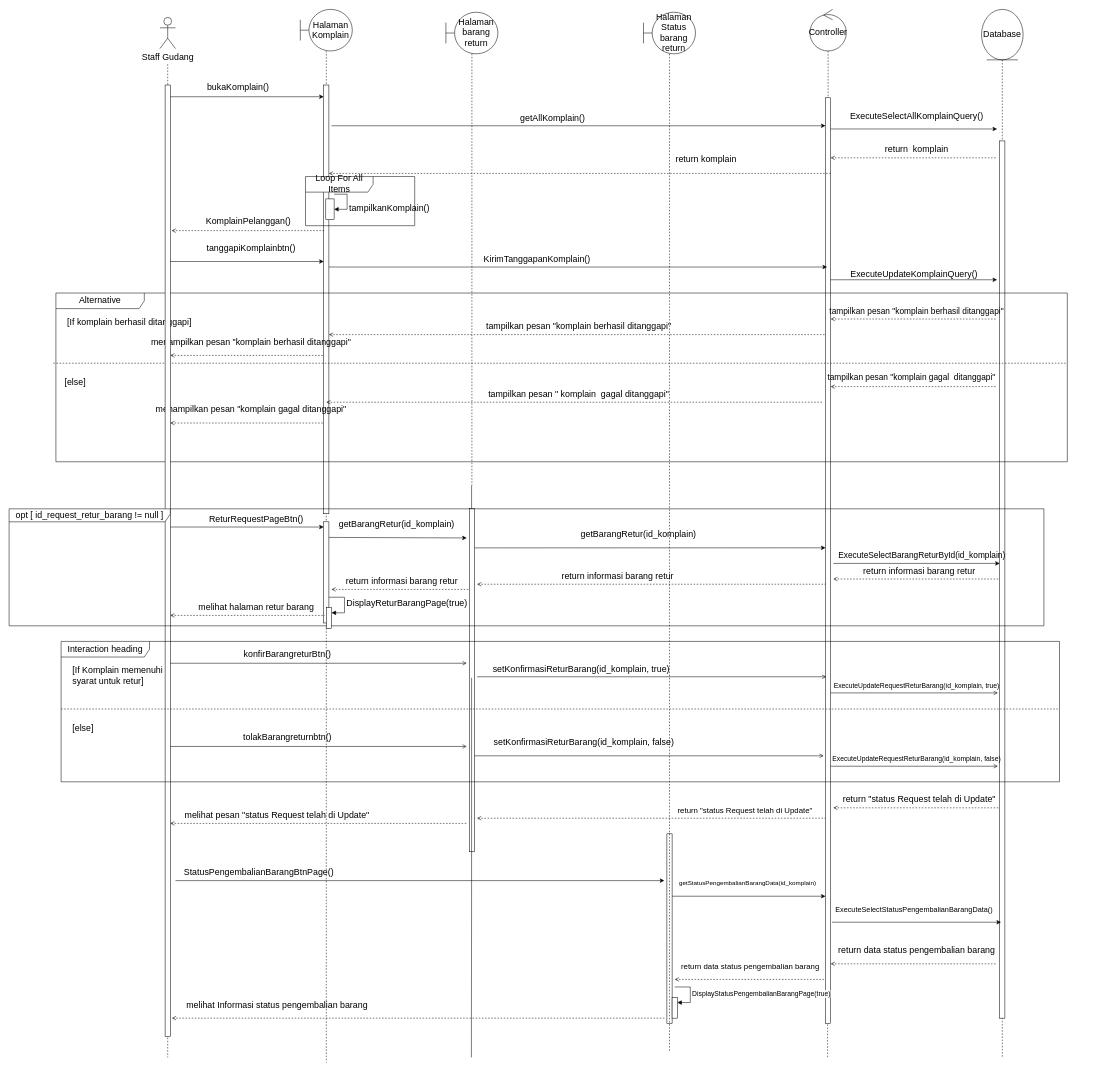
AriqFaridzki/SE-UTS-2023 keeps this draw.io diagram as page "Fitur komplain dan return barang" (5 of 31) of FIxed/Sequence Complete .drawio. Above is the earlier version. Source tidied: cells renumbered, new cells numbered last; positions are measured from the earlier drawing's top-left corner, leaving out a move shared by most shapes. Both pictures are drawn from the tidied source at 52%, with x=0, y=0 at pixel (9, 9).
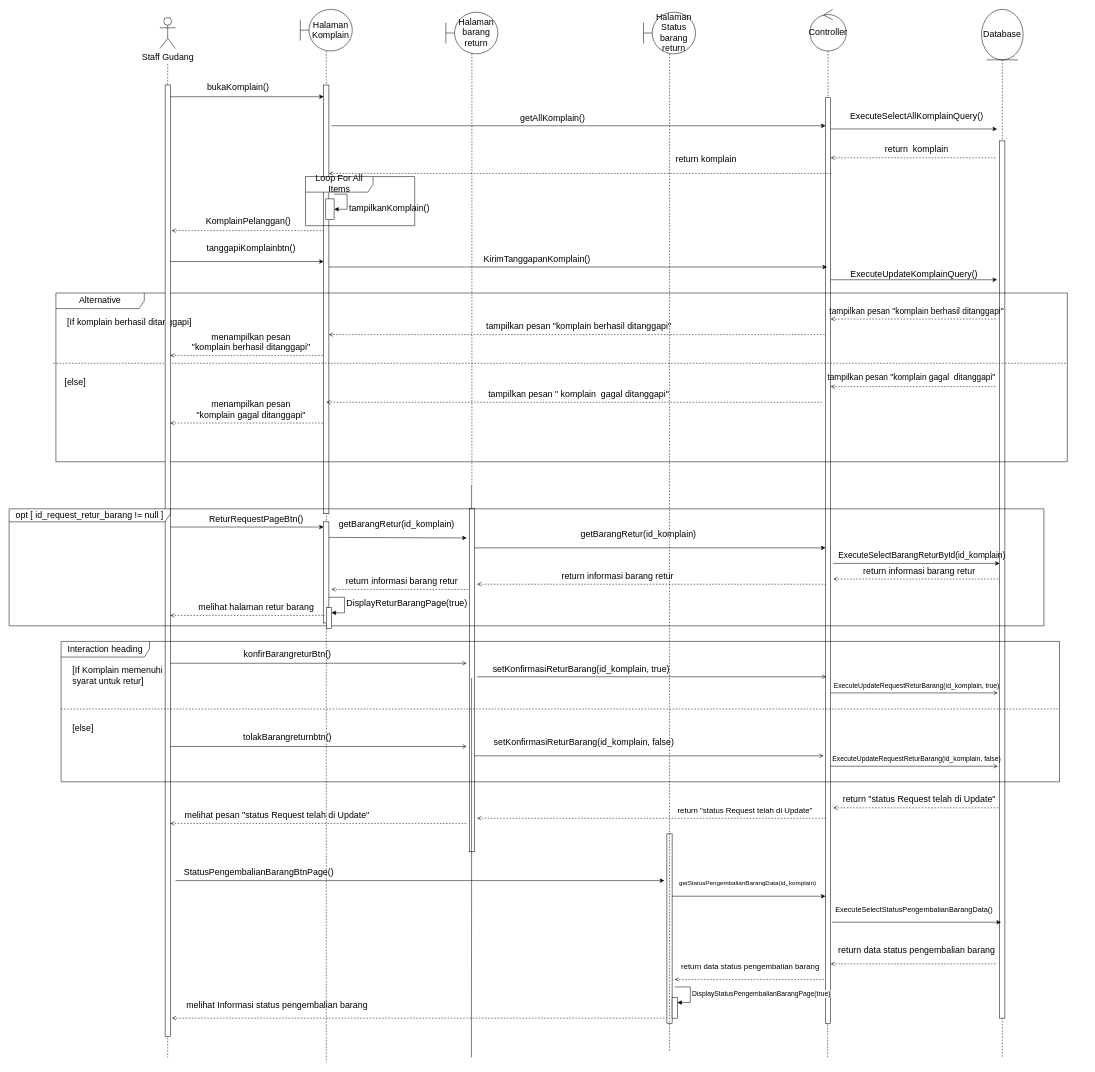
The same diagram, later.

The change refers to these unchanged cells:
```xml
<mxCell id="25" value="Alternative" style="shape=umlFrame;whiteSpace=wrap;html=1;width=170;fontSize=17;" parent="2" vertex="1">
  <mxGeometry x="-470" y="545.5" width="1945" height="324.5" as="geometry" />
</mxCell>
```

The edit, as a diff of the source:
```diff
@@
-    <mxCell id="28" value="menampilkan pesan &quot;komplain berhasil ditanggapi&quot;" style="text;html=1;align=center;verticalAlign=middle;strokeColor=none;fillColor=none;fontSize=17;" parent="25" vertex="1">
-      <mxGeometry x="170" y="80" width="410" height="30" as="geometry" />
+    <mxCell id="28" value="menampilkan pesan&lt;br&gt; &quot;komplain berhasil ditanggapi&quot;" style="text;html=1;align=center;verticalAlign=middle;strokeColor=none;fillColor=none;fontSize=17;" parent="25" vertex="1">
+      <mxGeometry x="250" y="70" width="250" height="50" as="geometry" />
     </mxCell>
@@
-    <mxCell id="35" value="menampilkan pesan &quot;komplain gagal ditanggapi&quot;" style="text;html=1;align=center;verticalAlign=middle;strokeColor=none;fillColor=none;fontSize=17;" parent="25" vertex="1">
-      <mxGeometry x="180" y="210" width="390" height="30" as="geometry" />
+    <mxCell id="35" value="menampilkan pesan &lt;br&gt;&quot;komplain gagal ditanggapi&quot;" style="text;html=1;align=center;verticalAlign=middle;strokeColor=none;fillColor=none;fontSize=17;" parent="25" vertex="1">
+      <mxGeometry x="260" y="200" width="230" height="50" as="geometry" />
     </mxCell>
```
